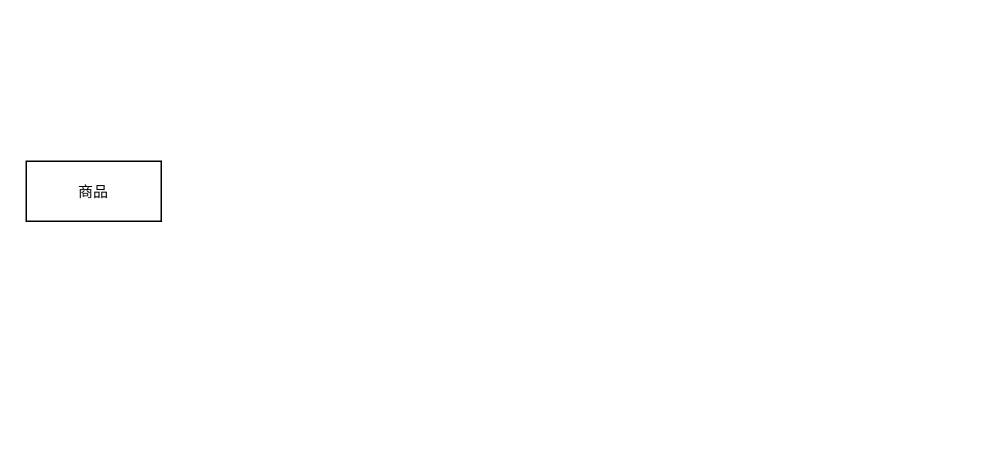
This is page "数据库优化" (4 of 5) of Untitled Diagram.drawio from vvhard/draw_io, a draw.io file, before an edit. Source tidied: cells renumbered, new cells numbered last; positions are measured from the earlier drawing's top-left corner, leaving out a move shared by most shapes. Both pictures are drawn from the tidied source at 150%, with x=0, y=0 at pixel (26, 160).
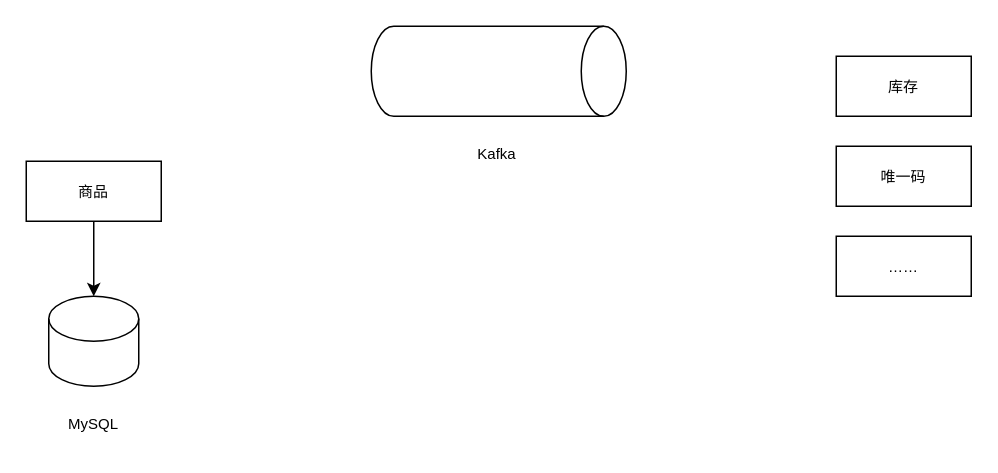
The same page after the edit.

The edit, as a diff of the source:
```diff
@@
 <mxGraphModel>
   <root>
     <mxCell id="0" />
     <mxCell id="1" parent="0" />
+    <mxCell id="3" style="edgeStyle=orthogonalEdgeStyle;rounded=0;jettySize=auto;html=1;exitX=0.5;exitY=1;exitDx=0;exitDy=0;entryX=0.5;entryY=0;entryDx=0;entryDy=0;entryPerimeter=0;fontFamily=Helvetica;fontSize=10;fontColor=default;strokeColor=#000000;strokeWidth=1;" parent="1" edge="1" source="2" target="9">
+      <mxGeometry relative="1" as="geometry" />
+    </mxCell>
     <mxCell id="2" value="商品" style="rounded=0;whiteSpace=wrap;html=1;fontFamily=Helvetica;fontSize=10;fontColor=default;fillColor=none;gradientColor=none;" parent="1" vertex="1">
       <mxGeometry width="90" height="40" as="geometry" />
     </mxCell>
+    <mxCell id="4" style="shape=cylinder3;whiteSpace=wrap;html=1;boundedLbl=1;backgroundOutline=1;size=15;rounded=0;fontFamily=Helvetica;fontSize=10;fontColor=default;fillColor=none;gradientColor=none;rotation=90;" parent="1" vertex="1">
+      <mxGeometry x="285" y="-145" width="60" height="170" as="geometry" />
+    </mxCell>
+    <mxCell id="5" value="Kafka" style="text;html=1;strokeColor=none;fillColor=none;align=center;verticalAlign=middle;whiteSpace=wrap;rounded=0;fontFamily=Helvetica;fontSize=10;fontColor=default;" parent="1" vertex="1">
+      <mxGeometry x="284" y="-20" width="60" height="30" as="geometry" />
+    </mxCell>
+    <mxCell id="6" value="库存" style="rounded=0;whiteSpace=wrap;html=1;fontFamily=Helvetica;fontSize=10;fontColor=default;fillColor=none;gradientColor=none;" parent="1" vertex="1">
+      <mxGeometry x="540" y="-70" width="90" height="40" as="geometry" />
+    </mxCell>
+    <mxCell id="7" value="唯一码" style="rounded=0;whiteSpace=wrap;html=1;fontFamily=Helvetica;fontSize=10;fontColor=default;fillColor=none;gradientColor=none;" parent="1" vertex="1">
+      <mxGeometry x="540" y="-10" width="90" height="40" as="geometry" />
+    </mxCell>
+    <mxCell id="8" value="……" style="rounded=0;whiteSpace=wrap;html=1;fontFamily=Helvetica;fontSize=10;fontColor=default;fillColor=none;gradientColor=none;" parent="1" vertex="1">
+      <mxGeometry x="540" y="50" width="90" height="40" as="geometry" />
+    </mxCell>
+    <mxCell id="9" style="shape=cylinder3;whiteSpace=wrap;html=1;boundedLbl=1;backgroundOutline=1;size=15;rounded=0;fontFamily=Helvetica;fontSize=10;fontColor=default;fillColor=none;gradientColor=none;" parent="1" vertex="1">
+      <mxGeometry x="15" y="90" width="60" height="60" as="geometry" />
+    </mxCell>
+    <mxCell id="10" value="MySQL" style="text;html=1;strokeColor=none;fillColor=none;align=center;verticalAlign=middle;whiteSpace=wrap;rounded=0;fontFamily=Helvetica;fontSize=10;fontColor=default;" parent="1" vertex="1">
+      <mxGeometry x="15" y="160" width="60" height="30" as="geometry" />
+    </mxCell>
   </root>
 </mxGraphModel>
```
